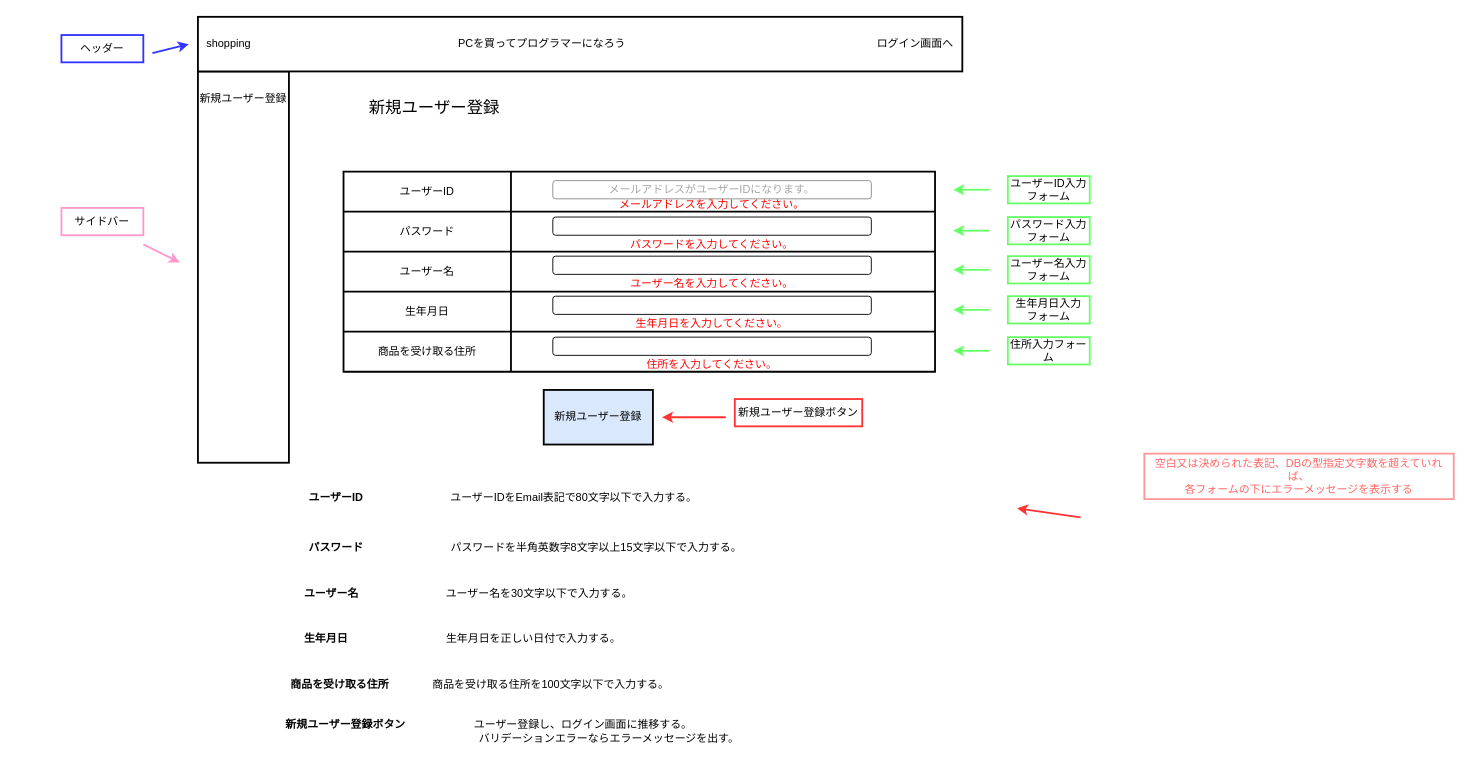
This is page "新規ユーザー登録" (2 of 33) of src/main/resources/templates/shopping/Untitled Diagram.drawio from YumaMaruyama/ITworksTRYshopping, a draw.io file, before an edit. Source tidied: cells renumbered, new cells numbered last; positions are measured from the earlier drawing's top-left corner, leaving out a move shared by most shapes. Both pictures are drawn from the tidied source at 91%, with x=0, y=0 at pixel (15, 16).
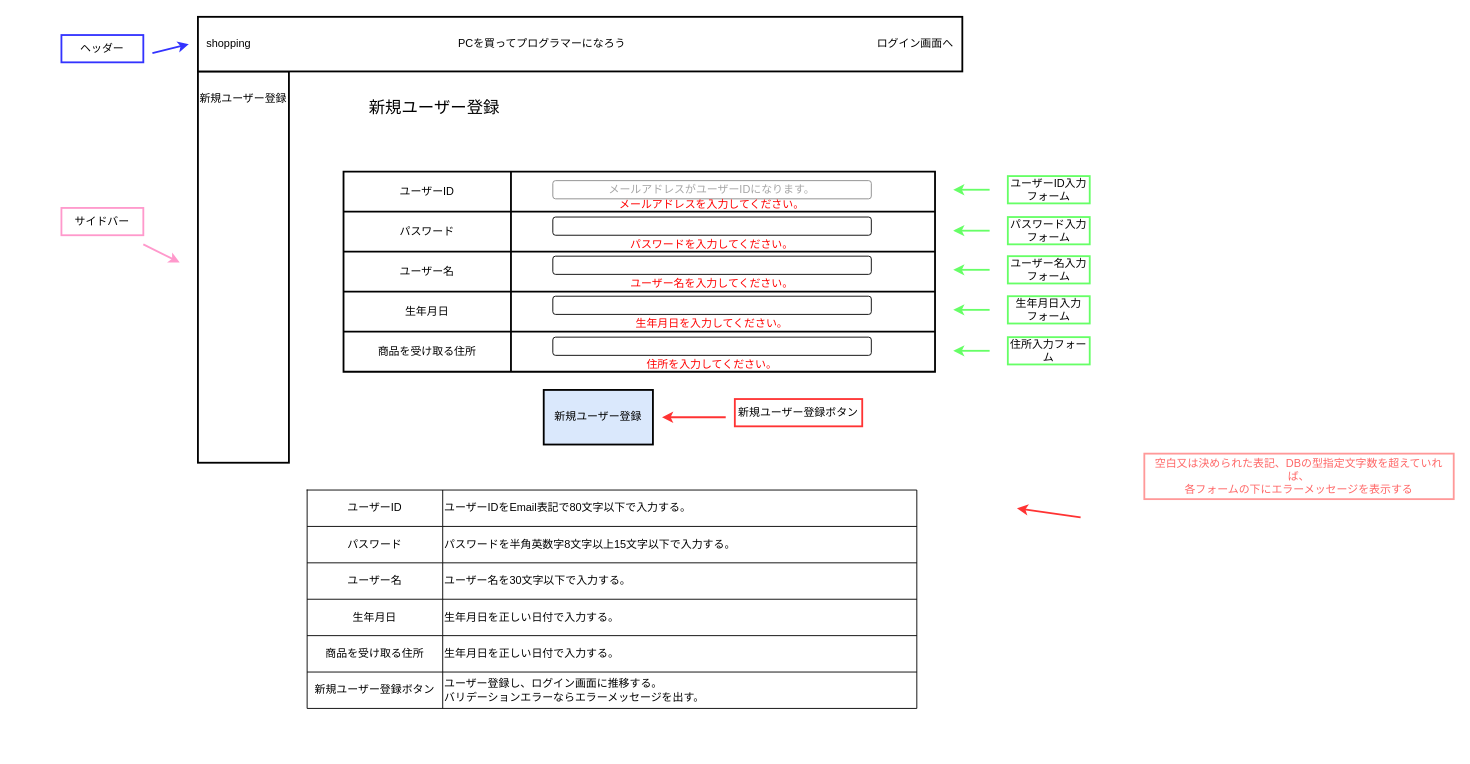
Above is the later version.

What changed in the source:
```diff
@@
-    <mxCell id="35" value="&lt;b&gt;新規ユーザー登録ボタン&lt;/b&gt;　&lt;span&gt;&amp;nbsp;　　　　　ユーザー登録し、&lt;/span&gt;&lt;span&gt;ログイン画面に推移する。&lt;br&gt;　　　　　　　　　　　　　　　　　　　　　　バリデーションエラーなら&lt;/span&gt;エラーメッセージを出す。" style="text;html=1;strokeColor=none;fillColor=none;align=center;verticalAlign=middle;whiteSpace=wrap;rounded=0;" parent="1" vertex="1">
-      <mxGeometry y="765" width="1040" height="40" as="geometry" />
-    </mxCell>
@@
-    <mxCell id="53" value="&lt;b style=&quot;color: rgb(0 , 0 , 0) ; font-family: &amp;#34;helvetica&amp;#34; ; font-size: 12px ; font-style: normal ; letter-spacing: normal ; text-align: center ; text-indent: 0px ; text-transform: none ; word-spacing: 0px&quot;&gt;ユーザーID&lt;/b&gt;&lt;span style=&quot;color: rgb(0 , 0 , 0) ; font-family: &amp;#34;helvetica&amp;#34; ; font-size: 12px ; font-style: normal ; font-weight: 400 ; letter-spacing: normal ; text-align: center ; text-indent: 0px ; text-transform: none ; word-spacing: 0px ; display: inline ; float: none&quot;&gt;　　　　　　　　ユーザーID&lt;/span&gt;&lt;span style=&quot;text-align: center ; background-color: rgb(255 , 255 , 255)&quot;&gt;をEmail表記で80文字以下で入力する。&lt;/span&gt;" style="text;whiteSpace=wrap;html=1;" parent="1" vertex="1">
-      <mxGeometry x="320" y="515" width="740" height="70" as="geometry" />
-    </mxCell>
-    <mxCell id="54" value="&lt;span style=&quot;color: rgb(0 , 0 , 0) ; font-family: &amp;#34;helvetica&amp;#34; ; font-size: 12px ; font-style: normal ; letter-spacing: normal ; text-align: center ; text-indent: 0px ; text-transform: none ; word-spacing: 0px ; display: inline ; float: none&quot;&gt;&lt;b&gt;パスワード&lt;/b&gt;&lt;/span&gt;&lt;span style=&quot;color: rgb(0 , 0 , 0) ; font-family: &amp;#34;helvetica&amp;#34; ; font-size: 12px ; font-style: normal ; font-weight: 400 ; letter-spacing: normal ; text-align: center ; text-indent: 0px ; text-transform: none ; word-spacing: 0px ; display: inline ; float: none&quot;&gt;　　　　　　　　パスワード&lt;/span&gt;&lt;span style=&quot;text-align: center ; background-color: rgb(255 , 255 , 255)&quot;&gt;を半角英数字8文字以上15文字以下で入力する。&lt;/span&gt;" style="text;whiteSpace=wrap;html=1;" parent="1" vertex="1">
-      <mxGeometry x="320" y="570" width="740" height="70" as="geometry" />
-    </mxCell>
-    <mxCell id="55" value="&lt;span style=&quot;color: rgb(0 , 0 , 0) ; font-family: &amp;#34;helvetica&amp;#34; ; font-size: 12px ; font-style: normal ; letter-spacing: normal ; text-align: center ; text-indent: 0px ; text-transform: none ; word-spacing: 0px ; display: inline ; float: none&quot;&gt;&lt;b&gt;商品を受け取る住所&lt;/b&gt;&lt;/span&gt;&lt;span style=&quot;color: rgb(0 , 0 , 0) ; font-family: &amp;#34;helvetica&amp;#34; ; font-size: 12px ; font-style: normal ; font-weight: 400 ; letter-spacing: normal ; text-align: center ; text-indent: 0px ; text-transform: none ; word-spacing: 0px ; display: inline ; float: none&quot;&gt;　　　　商品を受け取る住所&lt;/span&gt;&lt;span style=&quot;text-align: center ; background-color: rgb(255 , 255 , 255)&quot;&gt;を100文字以下で入力する。&lt;/span&gt;&lt;br style=&quot;color: rgb(0 , 0 , 0) ; font-family: &amp;#34;helvetica&amp;#34; ; font-size: 12px ; font-style: normal ; font-weight: 400 ; letter-spacing: normal ; text-align: center ; text-indent: 0px ; text-transform: none ; word-spacing: 0px&quot;&gt;&lt;span style=&quot;color: rgb(0 , 0 , 0) ; font-family: &amp;#34;helvetica&amp;#34; ; font-size: 12px ; font-style: normal ; font-weight: 400 ; letter-spacing: normal ; text-align: center ; text-indent: 0px ; text-transform: none ; word-spacing: 0px ; display: inline ; float: none&quot;&gt;　　　　&lt;/span&gt;" style="text;whiteSpace=wrap;html=1;" parent="1" vertex="1">
-      <mxGeometry x="300" y="720" width="740" height="70" as="geometry" />
-    </mxCell>
-    <mxCell id="56" value="&lt;span style=&quot;color: rgb(0 , 0 , 0) ; font-family: &amp;#34;helvetica&amp;#34; ; font-size: 12px ; font-style: normal ; letter-spacing: normal ; text-align: center ; text-indent: 0px ; text-transform: none ; word-spacing: 0px ; display: inline ; float: none&quot;&gt;&lt;b&gt;生年月日&lt;/b&gt;&lt;/span&gt;&lt;span style=&quot;color: rgb(0 , 0 , 0) ; font-family: &amp;#34;helvetica&amp;#34; ; font-size: 12px ; font-style: normal ; font-weight: 400 ; letter-spacing: normal ; text-align: center ; text-indent: 0px ; text-transform: none ; word-spacing: 0px ; display: inline ; float: none&quot;&gt;　　　　　　　　　生年月日&lt;/span&gt;&lt;span style=&quot;color: rgb(0 , 0 , 0) ; font-family: &amp;#34;helvetica&amp;#34; ; font-size: 12px ; font-style: normal ; font-weight: 400 ; letter-spacing: normal ; text-align: center ; text-indent: 0px ; text-transform: none ; word-spacing: 0px ; display: inline ; float: none&quot;&gt;を正しい日付で入力する。&lt;/span&gt;&lt;br style=&quot;color: rgb(0 , 0 , 0) ; font-family: &amp;#34;helvetica&amp;#34; ; font-size: 12px ; font-style: normal ; font-weight: 400 ; letter-spacing: normal ; text-align: center ; text-indent: 0px ; text-transform: none ; word-spacing: 0px&quot;&gt;&lt;span style=&quot;color: rgb(0 , 0 , 0) ; font-family: &amp;#34;helvetica&amp;#34; ; font-size: 12px ; font-style: normal ; font-weight: 400 ; letter-spacing: normal ; text-align: center ; text-indent: 0px ; text-transform: none ; word-spacing: 0px ; display: inline ; float: none&quot;&gt;　　　　&lt;/span&gt;" style="text;whiteSpace=wrap;html=1;" parent="1" vertex="1">
-      <mxGeometry x="315" y="670" width="740" height="70" as="geometry" />
-    </mxCell>
-    <mxCell id="57" value="&lt;b style=&quot;color: rgb(0 , 0 , 0) ; font-family: &amp;#34;helvetica&amp;#34; ; font-size: 12px ; font-style: normal ; letter-spacing: normal ; text-align: center ; text-indent: 0px ; text-transform: none ; word-spacing: 0px&quot;&gt;ユーザー名&lt;/b&gt;&lt;span style=&quot;color: rgb(0 , 0 , 0) ; font-family: &amp;#34;helvetica&amp;#34; ; font-size: 12px ; font-style: normal ; font-weight: 400 ; letter-spacing: normal ; text-align: center ; text-indent: 0px ; text-transform: none ; word-spacing: 0px ; display: inline ; float: none&quot;&gt;　　　　　　　　ユーザー名&lt;/span&gt;&lt;span style=&quot;text-align: center ; background-color: rgb(255 , 255 , 255)&quot;&gt;を30文字以下で入力する。&lt;/span&gt;" style="text;whiteSpace=wrap;html=1;" parent="1" vertex="1">
-      <mxGeometry x="315" y="620" width="740" height="70" as="geometry" />
-    </mxCell>
@@
+    <mxCell id="59" style="shape=table;startSize=0;childLayout=tableLayout;" parent="1" vertex="1">
+      <mxGeometry x="320" y="520" width="670" height="240" as="geometry" />
+    </mxCell>
+    <mxCell id="60" style="shape=partialRectangle;fillColor=none;top=0;left=0;bottom=0;right=0;" parent="59" vertex="1">
+      <mxGeometry width="670" height="40" as="geometry" />
+    </mxCell>
+    <mxCell id="61" value="ユーザーID" style="shape=partialRectangle;html=1;whiteSpace=wrap;overflow=hidden;fillColor=none;top=0;left=0;bottom=0;right=0;" parent="60" vertex="1">
+      <mxGeometry width="149" height="40" as="geometry" />
+    </mxCell>
+    <mxCell id="62" value="&lt;span style=&quot;font-family: &amp;quot;helvetica&amp;quot;&quot;&gt;ユーザーID&lt;/span&gt;&lt;span style=&quot;background-color: rgb(255 , 255 , 255)&quot;&gt;をEmail表記で80文字以下で入力する。&lt;/span&gt;" style="shape=partialRectangle;html=1;whiteSpace=wrap;overflow=hidden;fillColor=none;top=0;left=0;bottom=0;right=0;align=left;" parent="60" vertex="1">
+      <mxGeometry x="149" width="521" height="40" as="geometry" />
+    </mxCell>
+    <mxCell id="63" style="shape=partialRectangle;fillColor=none;top=0;left=0;bottom=0;right=0;" parent="59" vertex="1">
+      <mxGeometry y="40" width="670" height="40" as="geometry" />
+    </mxCell>
+    <mxCell id="64" value="パスワード" style="shape=partialRectangle;html=1;whiteSpace=wrap;overflow=hidden;fillColor=none;top=0;left=0;bottom=0;right=0;" parent="63" vertex="1">
+      <mxGeometry width="149" height="40" as="geometry" />
+    </mxCell>
+    <mxCell id="65" value="&lt;span style=&quot;font-family: &amp;quot;helvetica&amp;quot;&quot;&gt;パスワード&lt;/span&gt;&lt;span style=&quot;background-color: rgb(255 , 255 , 255)&quot;&gt;を半角英数字8文字以上15文字以下で入力する。&lt;/span&gt;" style="shape=partialRectangle;html=1;whiteSpace=wrap;overflow=hidden;fillColor=none;top=0;left=0;bottom=0;right=0;align=left;" parent="63" vertex="1">
+      <mxGeometry x="149" width="521" height="40" as="geometry" />
+    </mxCell>
+    <mxCell id="66" style="shape=partialRectangle;fillColor=none;top=0;left=0;bottom=0;right=0;" parent="59" vertex="1">
+      <mxGeometry y="80" width="670" height="40" as="geometry" />
+    </mxCell>
+    <mxCell id="67" value="ユーザー名" style="shape=partialRectangle;html=1;whiteSpace=wrap;overflow=hidden;fillColor=none;top=0;left=0;bottom=0;right=0;" parent="66" vertex="1">
+      <mxGeometry width="149" height="40" as="geometry" />
+    </mxCell>
+    <mxCell id="68" value="&lt;span style=&quot;font-family: &amp;quot;helvetica&amp;quot;&quot;&gt;ユーザー名&lt;/span&gt;&lt;span style=&quot;background-color: rgb(255 , 255 , 255)&quot;&gt;を30文字以下で入力する。&lt;/span&gt;" style="shape=partialRectangle;html=1;whiteSpace=wrap;overflow=hidden;fillColor=none;top=0;left=0;bottom=0;right=0;align=left;" parent="66" vertex="1">
+      <mxGeometry x="149" width="521" height="40" as="geometry" />
+    </mxCell>
+    <mxCell id="69" style="shape=partialRectangle;fillColor=none;top=0;left=0;bottom=0;right=0;" parent="59" vertex="1">
+      <mxGeometry y="120" width="670" height="40" as="geometry" />
+    </mxCell>
+    <mxCell id="70" value="生年月日" style="shape=partialRectangle;html=1;whiteSpace=wrap;overflow=hidden;fillColor=none;top=0;left=0;bottom=0;right=0;" parent="69" vertex="1">
+      <mxGeometry width="149" height="40" as="geometry" />
+    </mxCell>
+    <mxCell id="71" value="&lt;span style=&quot;font-family: &amp;quot;helvetica&amp;quot;&quot;&gt;生年月日&lt;/span&gt;&lt;span style=&quot;font-family: &amp;quot;helvetica&amp;quot;&quot;&gt;を正しい日付で入力する。&lt;/span&gt;" style="shape=partialRectangle;html=1;whiteSpace=wrap;overflow=hidden;fillColor=none;top=0;left=0;bottom=0;right=0;align=left;" parent="69" vertex="1">
+      <mxGeometry x="149" width="521" height="40" as="geometry" />
+    </mxCell>
+    <mxCell id="72" style="shape=partialRectangle;fillColor=none;top=0;left=0;bottom=0;right=0;" parent="59" vertex="1">
+      <mxGeometry y="160" width="670" height="40" as="geometry" />
+    </mxCell>
+    <mxCell id="73" value="商品を受け取る住所" style="shape=partialRectangle;html=1;whiteSpace=wrap;overflow=hidden;fillColor=none;top=0;left=0;bottom=0;right=0;" parent="72" vertex="1">
+      <mxGeometry width="149" height="40" as="geometry" />
+    </mxCell>
+    <mxCell id="74" value="&lt;span style=&quot;font-family: &amp;quot;helvetica&amp;quot;&quot;&gt;生年月日&lt;/span&gt;&lt;span style=&quot;font-family: &amp;quot;helvetica&amp;quot;&quot;&gt;を正しい日付で入力する。&lt;/span&gt;" style="shape=partialRectangle;html=1;whiteSpace=wrap;overflow=hidden;fillColor=none;top=0;left=0;bottom=0;right=0;align=left;" parent="72" vertex="1">
+      <mxGeometry x="149" width="521" height="40" as="geometry" />
+    </mxCell>
+    <mxCell id="75" style="shape=partialRectangle;fillColor=none;top=0;left=0;bottom=0;right=0;" parent="59" vertex="1">
+      <mxGeometry y="200" width="670" height="40" as="geometry" />
+    </mxCell>
+    <mxCell id="76" value="新規ユーザー登録ボタン" style="shape=partialRectangle;html=1;whiteSpace=wrap;overflow=hidden;fillColor=none;top=0;left=0;bottom=0;right=0;" parent="75" vertex="1">
+      <mxGeometry width="149" height="40" as="geometry" />
+    </mxCell>
+    <mxCell id="77" value="&lt;span&gt;ユーザー登録し、&lt;/span&gt;&lt;span&gt;ログイン画面に推移する。&lt;br&gt;バリデーションエラーなら&lt;/span&gt;&lt;span&gt;エラーメッセージを出す。&lt;/span&gt;" style="shape=partialRectangle;html=1;whiteSpace=wrap;overflow=hidden;fillColor=none;top=0;left=0;bottom=0;right=0;align=left;" parent="75" vertex="1">
+      <mxGeometry x="149" width="521" height="40" as="geometry" />
+    </mxCell>
```
